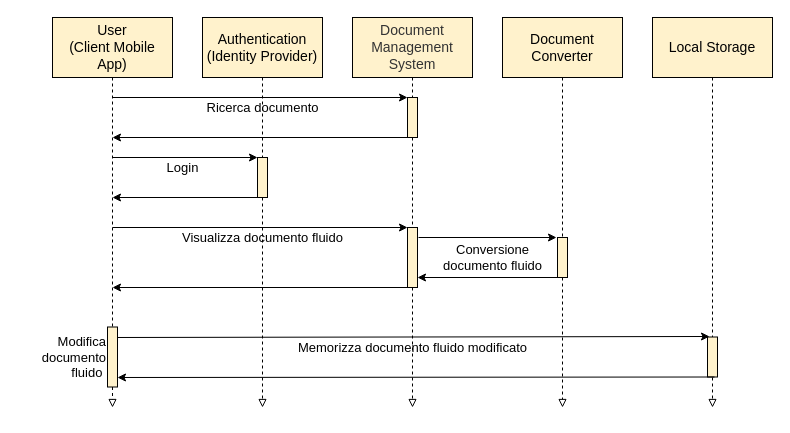
Earlier version of the draw.io diagram page "2-Use-case2" (1 of 16) of tesi-2.drawio (paganellif/tesi-paganelli). Source tidied: cells renumbered, new cells numbered last; positions are measured from the earlier drawing's top-left corner, leaving out a move shared by most shapes. Both pictures are drawn from the tidied source at 100%, with x=0, y=0 at pixel (17, 17).
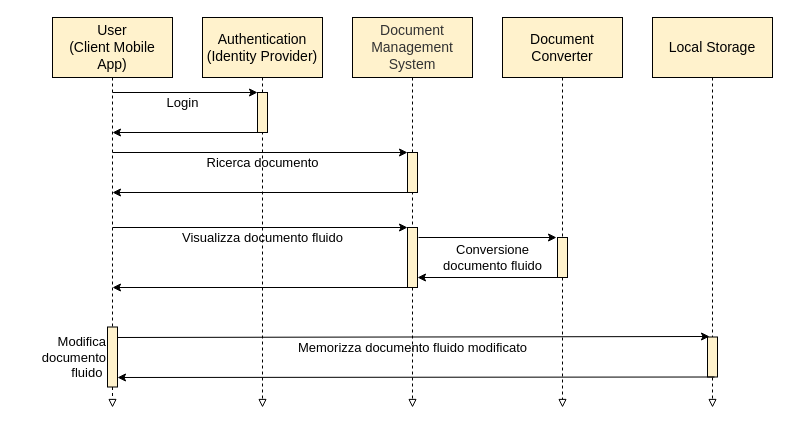
The same diagram, later.

The change refers to these unchanged cells:
```xml
<mxCell id="34" value="Authentication&lt;br style=&quot;font-size: 14px;&quot;&gt;(Identity Provider)" style="rounded=0;whiteSpace=wrap;html=1;fontSize=14;strokeColor=#000000;fillColor=#fff2cc;" parent="1" vertex="1">
  <mxGeometry x="185" width="120" height="60" as="geometry" />
</mxCell>
```

Diff of the diagram source:
```diff
@@
-    <mxCell id="3" style="edgeStyle=none;rounded=0;jettySize=auto;html=1;endArrow=block;endFill=0;dashed=1;strokeWidth=1;exitX=0.5;exitY=1;exitDx=0;exitDy=0;startArrow=none;strokeColor=#000000;fontSize=13;" parent="1" edge="1" source="7">
+    <mxCell id="3" style="edgeStyle=none;rounded=0;jettySize=auto;html=1;endArrow=block;endFill=0;dashed=1;strokeWidth=1;exitX=0.5;exitY=1;exitDx=0;exitDy=0;startArrow=none;strokeColor=#000000;fontSize=13;" parent="1" edge="1" source="34">
       <mxGeometry relative="1" as="geometry">
         <mxPoint x="245" y="390" as="targetPoint" />
       </mxGeometry>
     </mxCell>
@@
-    <mxCell id="7" style="rounded=0;whiteSpace=wrap;html=1;fillColor=#fff2cc;strokeColor=#000000;fontSize=13;" parent="1" vertex="1">
-      <mxGeometry x="240" y="140" width="10" height="40" as="geometry" />
-    </mxCell>
-    <mxCell id="8" style="edgeStyle=none;rounded=0;jettySize=auto;html=1;endArrow=none;endFill=0;dashed=1;strokeWidth=1;exitX=0.5;exitY=1;exitDx=0;exitDy=0;fontSize=13;" parent="1" edge="1" target="7">
-      <mxGeometry relative="1" as="geometry">
-        <mxPoint x="245" y="60" as="sourcePoint" />
-      </mxGeometry>
-    </mxCell>
-    <mxCell id="9" style="endArrow=classic;html=1;rounded=0;strokeWidth=1;strokeColor=#000000;fontSize=13;" parent="1" edge="1">
-      <mxGeometry relative="1" as="geometry">
-        <mxPoint x="95" y="140" as="sourcePoint" />
-        <mxPoint x="240" y="140" as="targetPoint" />
-      </mxGeometry>
-    </mxCell>
-    <mxCell id="10" style="endArrow=none;html=1;rounded=0;strokeWidth=1;startArrow=classic;startFill=1;endFill=0;strokeColor=#000000;fontSize=13;" parent="1" edge="1">
-      <mxGeometry relative="1" as="geometry">
-        <mxPoint x="95" y="180" as="sourcePoint" />
-        <mxPoint x="240" y="180" as="targetPoint" />
-      </mxGeometry>
-    </mxCell>
-    <mxCell id="11" value="Login" style="text;html=1;align=center;verticalAlign=middle;strokeColor=none;fillColor=none;fontSize=13;" parent="1" vertex="1">
-      <mxGeometry x="135" y="135" width="60" height="30" as="geometry" />
-    </mxCell>
@@
     <mxCell id="27" style="rounded=0;whiteSpace=wrap;html=1;fillColor=#FFF2CC;fontColor=#333333;strokeColor=#000000;fontSize=13;" parent="1" vertex="1">
-      <mxGeometry x="390" y="80" width="10" height="40" as="geometry" />
+      <mxGeometry x="390" y="135" width="10" height="40" as="geometry" />
     </mxCell>
     <mxCell id="28" style="endArrow=none;html=1;rounded=0;strokeWidth=1;startArrow=classic;startFill=1;endFill=0;strokeColor=#000000;fontSize=13;" parent="1" edge="1">
       <mxGeometry relative="1" as="geometry">
-        <mxPoint x="390" y="80" as="sourcePoint" />
-        <mxPoint x="95" y="80" as="targetPoint" />
+        <mxPoint x="390" y="135" as="sourcePoint" />
+        <mxPoint x="95" y="135" as="targetPoint" />
       </mxGeometry>
     </mxCell>
     <mxCell id="29" style="endArrow=none;html=1;rounded=0;strokeWidth=1;startArrow=classic;startFill=1;endFill=0;fontSize=13;" parent="1" edge="1">
       <mxGeometry relative="1" as="geometry">
-        <mxPoint x="95" y="120" as="sourcePoint" />
-        <mxPoint x="390" y="120" as="targetPoint" />
+        <mxPoint x="95" y="175" as="sourcePoint" />
+        <mxPoint x="390" y="175" as="targetPoint" />
       </mxGeometry>
     </mxCell>
     <mxCell id="30" value="Ricerca documento" style="text;html=1;align=center;verticalAlign=middle;strokeColor=none;fillColor=none;fontSize=13;" parent="1" vertex="1">
-      <mxGeometry x="175" y="75" width="140" height="30" as="geometry" />
+      <mxGeometry x="175" y="130" width="140" height="30" as="geometry" />
     </mxCell>
@@
+    <mxCell id="38" style="rounded=0;whiteSpace=wrap;html=1;fillColor=#fff2cc;strokeColor=#000000;fontSize=13;" parent="1" vertex="1">
+      <mxGeometry x="240" y="75" width="10" height="40" as="geometry" />
+    </mxCell>
+    <mxCell id="39" style="endArrow=classic;html=1;rounded=0;strokeWidth=1;strokeColor=#000000;fontSize=13;" parent="1" edge="1">
+      <mxGeometry relative="1" as="geometry">
+        <mxPoint x="95" y="75" as="sourcePoint" />
+        <mxPoint x="240" y="75" as="targetPoint" />
+      </mxGeometry>
+    </mxCell>
+    <mxCell id="40" style="endArrow=none;html=1;rounded=0;strokeWidth=1;startArrow=classic;startFill=1;endFill=0;strokeColor=#000000;fontSize=13;" parent="1" edge="1">
+      <mxGeometry relative="1" as="geometry">
+        <mxPoint x="95" y="115" as="sourcePoint" />
+        <mxPoint x="240" y="115" as="targetPoint" />
+      </mxGeometry>
+    </mxCell>
+    <mxCell id="11" value="Login" style="text;html=1;align=center;verticalAlign=middle;strokeColor=none;fillColor=none;fontSize=13;" parent="1" vertex="1">
+      <mxGeometry x="135" y="70" width="60" height="30" as="geometry" />
+    </mxCell>
```
